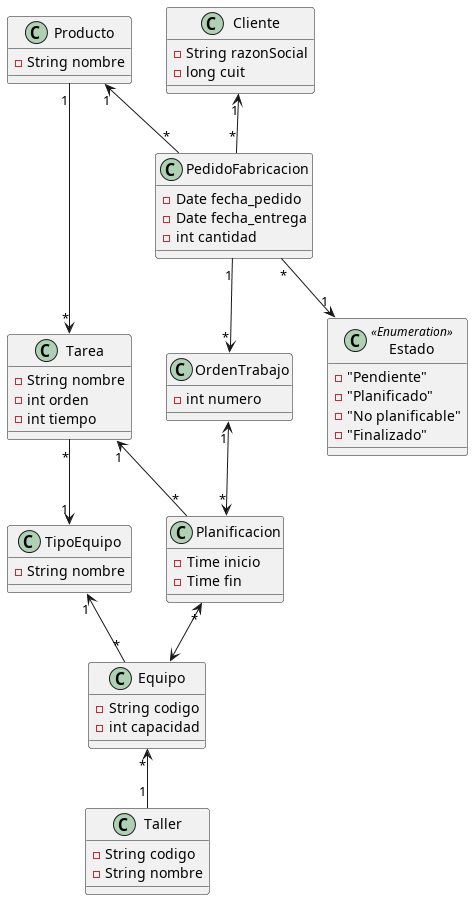
Earlier version of the PlantUML export diagrama.png (gonnlopezz/mrp_lite).
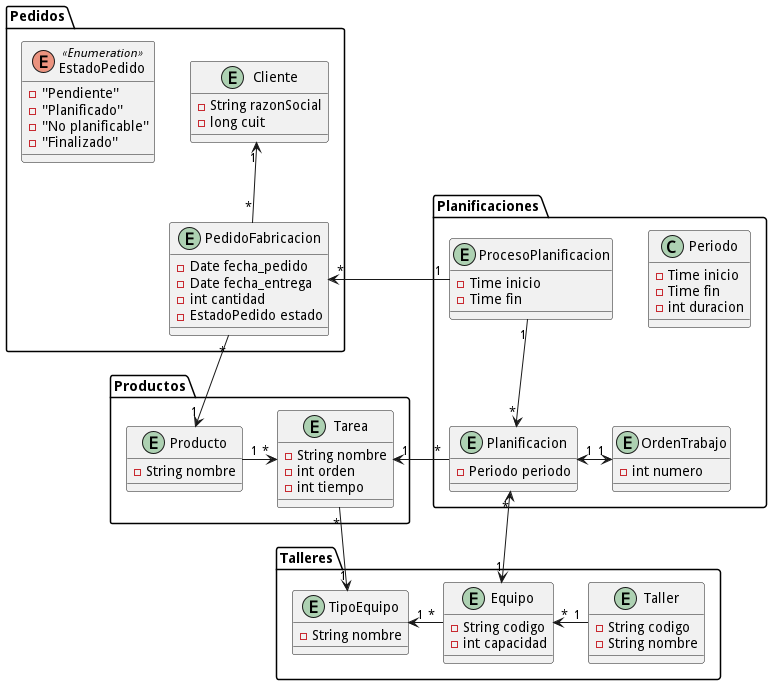
After the commit.

Commit message:
Diagrama de dominio actualizado

Diff of the diagram source:
```diff
@@ -1,57 +1,88 @@
-@startuml
+@startuml mrp-lite
 
-class Producto{
-  -String nombre
-}
-class Taller{
-  -String codigo
-  -String nombre
-}
-class TipoEquipo{
-  -String nombre
-}
-class Tarea{
-  -String nombre
-  -int orden
-  -int tiempo
-}
-class Equipo{
-  -String codigo
-  -int capacidad
-}
-class PedidoFabricacion{
-  -Date fecha_pedido
-  -Date fecha_entrega
-  -int cantidad
-}
-class OrdenTrabajo{
-  -int numero
-}
-class Planificacion{
-  -Time inicio
-  -Time fin
-}
-class Estado<<Enumeration>>{
-  -"Pendiente"
-  -"Planificado"
-  -"No planificable"
-  -"Finalizado"
-}
-class Cliente{
-  -String razonSocial
-  -long cuit
+package "Talleres" {
+  entity Taller{
+    -String codigo
+    -String nombre
+  }
+  entity TipoEquipo{
+    -String nombre
+  }
+  entity Equipo{
+    -String codigo
+    -int capacidad
+  }
+
+  Equipo "*" <-right- "1" Taller
+  TipoEquipo "1" <-right- "*" Equipo
 }
 
-Producto "1" <-- "*" PedidoFabricacion
-Equipo "*" <-- "1" Taller
-Producto "1" --> "*" Tarea
-OrdenTrabajo "1" <--> "*" Planificacion
-Planificacion "*"<--> Equipo
-TipoEquipo "1" <-- "*" Equipo
+package "Productos" {
+  entity Producto{
+    -String nombre
+  }
+
+  entity Tarea{
+    -String nombre
+    -int orden
+    -int tiempo
+  }
+
+  Producto "1" -right-> "*" Tarea
+}
+
+package "Pedidos" {
+  enum EstadoPedido<<Enumeration>>{
+    -"Pendiente"
+    -"Planificado"
+    -"No planificable"
+    -"Finalizado"
+  }
+
+  entity PedidoFabricacion{
+    -Date fecha_pedido
+    -Date fecha_entrega
+    -int cantidad
+    -EstadoPedido estado
+  }
+
+  entity Cliente{
+    -String razonSocial
+    -long cuit
+  }
+
+  Cliente "1" <-down- "*" PedidoFabricacion
+}
+
+package "Planificaciones"{
+
+  entity OrdenTrabajo{
+    -int numero
+  }
+
+  entity Planificacion{
+    -Periodo periodo
+  }
+
+  entity ProcesoPlanificacion{
+    -Time inicio
+    -Time fin
+  }
+
+  class Periodo {
+    -Time inicio
+    -Time fin
+    -int duracion
+  }
+
+  ProcesoPlanificacion "1" -down-> "*" Planificacion
+  OrdenTrabajo "1" <-left-> "1" Planificacion
+}
+
+Producto "1" <-up- "*" PedidoFabricacion
+Planificacion "*"<-->"1" Equipo
 Tarea "*" --> "1" TipoEquipo
-Tarea "1" <-- "*" Planificacion
-PedidoFabricacion "1" --> "*" OrdenTrabajo
-PedidoFabricacion "*" --> "1" Estado
-Cliente "1" <-- "*" PedidoFabricacion
+Tarea "1" <-right- "*" Planificacion
+ProcesoPlanificacion "1" --> "*" PedidoFabricacion
 
 @enduml
```
